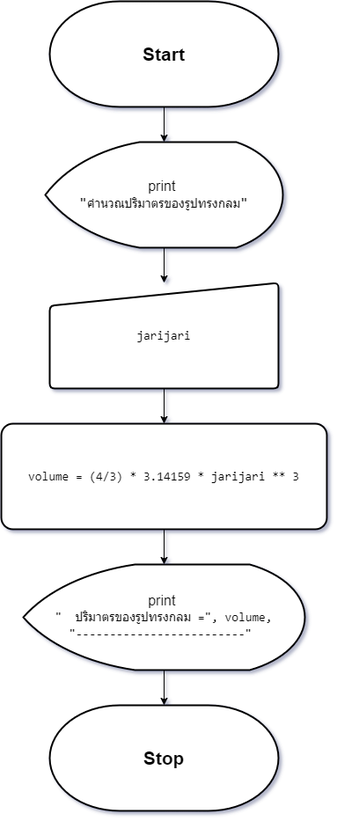
Before: asset/F_png_file/sp_8.drawio.png, a diagram exported from draw.io (TeaplusSsuwan/Geometric_computation). Source tidied: cells renumbered, new cells last; positions are measured from the earlier drawing's top-left corner, leaving out a move shared by most shapes.
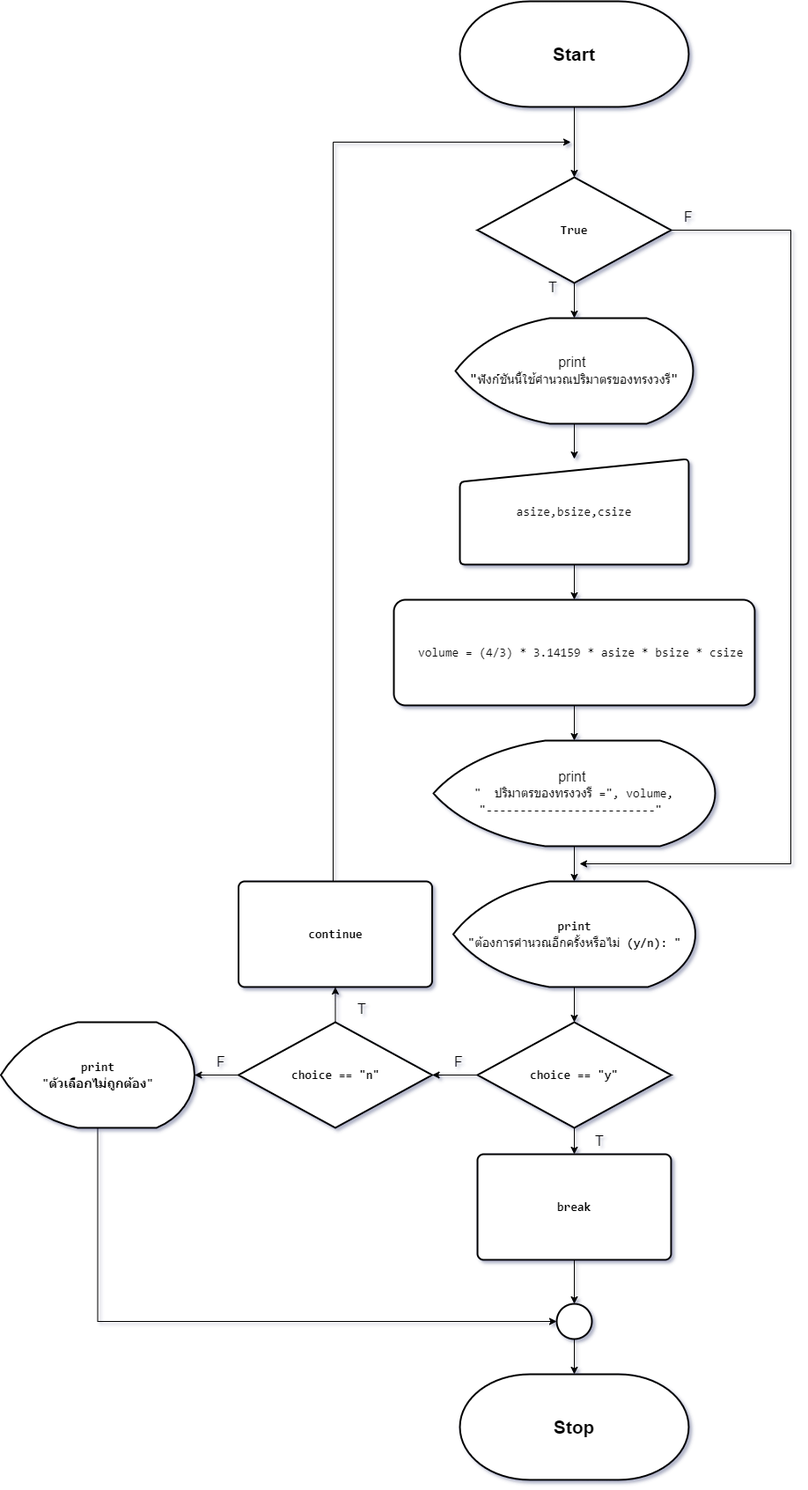
The same diagram one commit later.

The edit, as a diff of the source:
```diff
@@ -2,38 +2,128 @@
   <root>
     <mxCell id="0" />
     <mxCell id="1" parent="0" />
+    <mxCell id="13" style="edgeStyle=orthogonalEdgeStyle;rounded=0;jettySize=auto;html=1;" parent="1" edge="1" source="2" target="16">
+      <mxGeometry relative="1" as="geometry" />
+    </mxCell>
     <mxCell id="2" value="&lt;font style=&quot;font-size: 21px;&quot;&gt;&lt;b&gt;Start&lt;/b&gt;&lt;/font&gt;" style="strokeWidth=2;html=1;shape=mxgraph.flowchart.terminator;whiteSpace=wrap;" parent="1" vertex="1">
       <mxGeometry x="55" width="260" height="120" as="geometry" />
     </mxCell>
     <mxCell id="3" style="edgeStyle=orthogonalEdgeStyle;rounded=0;jettySize=auto;html=1;entryX=0.5;entryY=0;entryDx=0;entryDy=0;" parent="1" edge="1" source="4" target="7">
       <mxGeometry relative="1" as="geometry" />
     </mxCell>
-    <mxCell id="4" value="&lt;font style=&quot;font-size: 16px;&quot;&gt;print&amp;nbsp;&lt;/font&gt;&lt;div&gt;&lt;span style=&quot;font-family: Consolas, &amp;quot;Courier New&amp;quot;, monospace; white-space: pre;&quot;&gt;&lt;font style=&quot;font-size: 16px;&quot;&gt;&quot;&lt;/font&gt;&lt;/span&gt;&lt;span style=&quot;font-family: Consolas, &amp;quot;Courier New&amp;quot;, monospace; font-size: 14px; white-space: pre;&quot;&gt;คำนวณปริมาตรของรูปทรงกลม&lt;/span&gt;&lt;span style=&quot;font-family: Consolas, &amp;quot;Courier New&amp;quot;, monospace; font-size: 16px; white-space: pre;&quot;&gt;&quot;&lt;/span&gt;&lt;br&gt;&lt;/div&gt;" style="strokeWidth=2;html=1;shape=mxgraph.flowchart.display;whiteSpace=wrap;" parent="1" vertex="1">
-      <mxGeometry x="50" y="160" width="270" height="120" as="geometry" />
+    <mxCell id="4" value="&lt;font style=&quot;font-size: 16px;&quot;&gt;print&amp;nbsp;&lt;/font&gt;&lt;div&gt;&lt;span style=&quot;font-family: Consolas, &amp;quot;Courier New&amp;quot;, monospace; white-space: pre;&quot;&gt;&lt;font style=&quot;font-size: 16px;&quot;&gt;&quot;&lt;/font&gt;&lt;/span&gt;&lt;span style=&quot;font-family: Consolas, &amp;quot;Courier New&amp;quot;, monospace; font-size: 14px; white-space: pre;&quot;&gt;ฟังก์ชันนี้ใช้คำนวณปริมาตรของทรงวงรี&lt;/span&gt;&lt;span style=&quot;font-family: Consolas, &amp;quot;Courier New&amp;quot;, monospace; font-size: 16px; white-space: pre;&quot;&gt;&quot;&lt;/span&gt;&lt;br&gt;&lt;/div&gt;" style="strokeWidth=2;html=1;shape=mxgraph.flowchart.display;whiteSpace=wrap;" parent="1" vertex="1">
+      <mxGeometry x="50" y="360" width="270" height="120" as="geometry" />
     </mxCell>
-    <mxCell id="5" style="edgeStyle=orthogonalEdgeStyle;rounded=0;jettySize=auto;html=1;entryX=0.5;entryY=0;entryDx=0;entryDy=0;entryPerimeter=0;" parent="1" edge="1" source="2" target="4">
-      <mxGeometry relative="1" as="geometry" />
-    </mxCell>
     <mxCell id="6" style="edgeStyle=orthogonalEdgeStyle;rounded=0;jettySize=auto;html=1;" parent="1" edge="1" source="7" target="9">
       <mxGeometry relative="1" as="geometry" />
     </mxCell>
-    <mxCell id="7" value="&lt;div style=&quot;font-size: 16px;&quot;&gt;&lt;div style=&quot;font-family: Consolas, &amp;quot;Courier New&amp;quot;, monospace; font-size: 14px; line-height: 19px; white-space: pre;&quot;&gt;&lt;div style=&quot;line-height: 19px;&quot;&gt;&lt;div style=&quot;line-height: 19px;&quot;&gt;&lt;div style=&quot;line-height: 19px;&quot;&gt;&lt;div style=&quot;line-height: 19px;&quot;&gt;&lt;div style=&quot;line-height: 19px;&quot;&gt;&lt;div style=&quot;line-height: 19px;&quot;&gt;&lt;span style=&quot;background-color: rgb(255, 255, 255);&quot;&gt;jarijari&lt;/span&gt;&lt;/div&gt;&lt;/div&gt;&lt;/div&gt;&lt;/div&gt;&lt;/div&gt;&lt;/div&gt;&lt;/div&gt;&lt;/div&gt;" style="html=1;strokeWidth=2;shape=manualInput;whiteSpace=wrap;rounded=1;size=26;arcSize=11;" parent="1" vertex="1">
-      <mxGeometry x="55" y="320" width="260" height="120" as="geometry" />
+    <mxCell id="7" value="&lt;div style=&quot;font-size: 16px;&quot;&gt;&lt;div style=&quot;font-family: Consolas, &amp;quot;Courier New&amp;quot;, monospace; font-size: 14px; line-height: 19px; white-space: pre;&quot;&gt;&lt;div style=&quot;line-height: 19px;&quot;&gt;&lt;div style=&quot;line-height: 19px;&quot;&gt;&lt;div style=&quot;line-height: 19px;&quot;&gt;&lt;div style=&quot;line-height: 19px;&quot;&gt;&lt;div style=&quot;line-height: 19px;&quot;&gt;&lt;div style=&quot;line-height: 19px;&quot;&gt;&lt;div style=&quot;line-height: 19px;&quot;&gt;&lt;span style=&quot;background-color: rgb(255, 255, 255);&quot;&gt;asize,bsize,csize&lt;/span&gt;&lt;/div&gt;&lt;/div&gt;&lt;/div&gt;&lt;/div&gt;&lt;/div&gt;&lt;/div&gt;&lt;/div&gt;&lt;/div&gt;&lt;/div&gt;" style="html=1;strokeWidth=2;shape=manualInput;whiteSpace=wrap;rounded=1;size=26;arcSize=11;" parent="1" vertex="1">
+      <mxGeometry x="55" y="520" width="260" height="120" as="geometry" />
     </mxCell>
     <mxCell id="8" style="edgeStyle=orthogonalEdgeStyle;rounded=0;jettySize=auto;html=1;" parent="1" edge="1" source="9" target="11">
       <mxGeometry relative="1" as="geometry" />
     </mxCell>
-    <mxCell id="9" value="&lt;div style=&quot;font-family: Consolas, &amp;quot;Courier New&amp;quot;, monospace; font-size: 16px; line-height: 19px; white-space: pre;&quot;&gt;&lt;div style=&quot;font-size: 14px; line-height: 19px;&quot;&gt;&lt;div style=&quot;&quot;&gt;&lt;div style=&quot;line-height: 19px;&quot;&gt;&lt;div style=&quot;&quot;&gt;&lt;div style=&quot;line-height: 19px;&quot;&gt;&lt;div style=&quot;line-height: 19px;&quot;&gt;&lt;div style=&quot;&quot;&gt;&lt;div style=&quot;line-height: 19px;&quot;&gt;&lt;div style=&quot;line-height: 19px;&quot;&gt;&lt;div style=&quot;&quot;&gt;&lt;div style=&quot;line-height: 19px;&quot;&gt;&lt;span style=&quot;background-color: rgb(255, 255, 255);&quot;&gt;volume = (4/3) * 3.14159 * jarijari ** 3&lt;/span&gt;&lt;/div&gt;&lt;/div&gt;&lt;/div&gt;&lt;/div&gt;&lt;/div&gt;&lt;/div&gt;&lt;/div&gt;&lt;/div&gt;&lt;/div&gt;&lt;/div&gt;&lt;/div&gt;&lt;/div&gt;" style="rounded=1;whiteSpace=wrap;html=1;strokeWidth=2;arcSize=11;" parent="1" vertex="1">
-      <mxGeometry y="480" width="370" height="120" as="geometry" />
+    <mxCell id="9" value="&lt;div style=&quot;font-family: Consolas, &amp;quot;Courier New&amp;quot;, monospace; font-size: 16px; line-height: 19px; white-space: pre;&quot;&gt;&lt;div style=&quot;font-size: 14px; line-height: 19px;&quot;&gt;&lt;div style=&quot;&quot;&gt;&lt;div style=&quot;line-height: 19px;&quot;&gt;&lt;div style=&quot;&quot;&gt;&lt;div style=&quot;line-height: 19px;&quot;&gt;&lt;div style=&quot;line-height: 19px;&quot;&gt;&lt;div style=&quot;&quot;&gt;&lt;div style=&quot;line-height: 19px;&quot;&gt;&lt;div style=&quot;line-height: 19px;&quot;&gt;&lt;div style=&quot;&quot;&gt;&lt;div style=&quot;line-height: 19px;&quot;&gt;&lt;div style=&quot;line-height: 19px;&quot;&gt;&lt;div style=&quot;&quot;&gt;&amp;nbsp; volume = (4/3) * 3.14159 * asize * bsize * csize&lt;/div&gt;&lt;/div&gt;&lt;/div&gt;&lt;/div&gt;&lt;/div&gt;&lt;/div&gt;&lt;/div&gt;&lt;/div&gt;&lt;/div&gt;&lt;/div&gt;&lt;/div&gt;&lt;/div&gt;&lt;/div&gt;&lt;/div&gt;" style="rounded=1;whiteSpace=wrap;html=1;strokeWidth=2;arcSize=11;" parent="1" vertex="1">
+      <mxGeometry x="-20" y="680" width="410" height="120" as="geometry" />
     </mxCell>
-    <mxCell id="10" style="edgeStyle=orthogonalEdgeStyle;rounded=0;jettySize=auto;html=1;" parent="1" edge="1" source="11" target="12">
-      <mxGeometry relative="1" as="geometry" />
-    </mxCell>
+    <mxCell id="14" style="edgeStyle=orthogonalEdgeStyle;rounded=0;jettySize=auto;html=1;" parent="1" edge="1" source="11" target="20">
+      <mxGeometry relative="1" as="geometry" />
+    </mxCell>
-    <mxCell id="11" value="&lt;font style=&quot;font-size: 16px;&quot;&gt;print&amp;nbsp;&lt;/font&gt;&lt;div&gt;&lt;div style=&quot;font-family: Consolas, &amp;quot;Courier New&amp;quot;, monospace; font-size: 14px; line-height: 19px; white-space: pre;&quot;&gt;&quot; &amp;nbsp;ปริมาตรของรูปทรงกลม =&quot;, volume,&lt;br&gt;&lt;/div&gt;&lt;div style=&quot;font-family: Consolas, &amp;quot;Courier New&amp;quot;, monospace; font-size: 14px; line-height: 19px; white-space: pre;&quot;&gt;&quot;-------------------------&quot; &lt;/div&gt;&lt;/div&gt;" style="strokeWidth=2;html=1;shape=mxgraph.flowchart.display;whiteSpace=wrap;" parent="1" vertex="1">
-      <mxGeometry x="25" y="640" width="320" height="120" as="geometry" />
+    <mxCell id="11" value="&lt;font style=&quot;font-size: 16px;&quot;&gt;print&amp;nbsp;&lt;/font&gt;&lt;div&gt;&lt;div style=&quot;font-family: Consolas, &amp;quot;Courier New&amp;quot;, monospace; font-size: 14px; line-height: 19px; white-space: pre;&quot;&gt;&quot; &amp;nbsp;ปริมาตรของทรงวงรี =&quot;, volume,&lt;br&gt;&lt;/div&gt;&lt;div style=&quot;font-family: Consolas, &amp;quot;Courier New&amp;quot;, monospace; font-size: 14px; line-height: 19px; white-space: pre;&quot;&gt;&quot;-------------------------&quot; &lt;/div&gt;&lt;/div&gt;" style="strokeWidth=2;html=1;shape=mxgraph.flowchart.display;whiteSpace=wrap;" parent="1" vertex="1">
+      <mxGeometry x="25" y="840" width="320" height="120" as="geometry" />
     </mxCell>
+    <mxCell id="15" style="edgeStyle=orthogonalEdgeStyle;rounded=0;jettySize=auto;html=1;" parent="1" edge="1" source="16" target="4">
+      <mxGeometry relative="1" as="geometry" />
+    </mxCell>
+    <mxCell id="16" value="&lt;div style=&quot;font-family: Consolas, &amp;quot;Courier New&amp;quot;, monospace; font-size: 14px; line-height: 19px; white-space: pre;&quot;&gt;&lt;span style=&quot;font-size: 14px;&quot;&gt;True&lt;/span&gt;&lt;/div&gt;" style="rhombus;whiteSpace=wrap;html=1;strokeWidth=2;labelBackgroundColor=none;fontColor=default;fontSize=14;fontStyle=1;" parent="1" vertex="1">
+      <mxGeometry x="75" y="200" width="220" height="120" as="geometry" />
+    </mxCell>
+    <mxCell id="17" value="T" style="text;html=1;align=center;verticalAlign=middle;whiteSpace=wrap;rounded=0;fontSize=16;" parent="1" vertex="1">
+      <mxGeometry x="131" y="310" width="60" height="30" as="geometry" />
+    </mxCell>
+    <mxCell id="18" value="F" style="text;html=1;align=center;verticalAlign=middle;whiteSpace=wrap;rounded=0;fontSize=16;" parent="1" vertex="1">
+      <mxGeometry x="285" y="230" width="60" height="30" as="geometry" />
+    </mxCell>
     <mxCell id="12" value="&lt;font style=&quot;font-size: 21px;&quot;&gt;&lt;b&gt;Stop&lt;/b&gt;&lt;/font&gt;" style="strokeWidth=2;html=1;shape=mxgraph.flowchart.terminator;whiteSpace=wrap;" parent="1" vertex="1">
-      <mxGeometry x="55" y="800" width="260" height="120" as="geometry" />
+      <mxGeometry x="55" y="1560" width="260" height="120" as="geometry" />
     </mxCell>
+    <mxCell id="19" style="edgeStyle=orthogonalEdgeStyle;rounded=0;jettySize=auto;html=1;labelBackgroundColor=none;fontColor=default;fontSize=14;fontStyle=1;" parent="1" edge="1" source="20" target="23">
+      <mxGeometry relative="1" as="geometry" />
+    </mxCell>
+    <mxCell id="20" value="&lt;div style=&quot;font-family: Consolas, &amp;quot;Courier New&amp;quot;, monospace; font-size: 14px; line-height: 19px; white-space: pre;&quot;&gt;&lt;div style=&quot;line-height: 19px; font-size: 14px;&quot;&gt;&lt;span style=&quot;font-size: 14px;&quot;&gt;print&lt;/span&gt;&lt;/div&gt;&lt;/div&gt;&lt;div style=&quot;font-family: Consolas, &amp;quot;Courier New&amp;quot;, monospace; font-size: 14px; line-height: 19px; white-space: pre;&quot;&gt;&lt;div style=&quot;line-height: 19px; font-size: 14px;&quot;&gt;&lt;span style=&quot;font-size: 14px;&quot;&gt;&quot;&lt;/span&gt;&lt;span style=&quot;font-weight: normal;&quot;&gt;ต้องการคำนวณอีกครั้งหรือไม่&lt;/span&gt;&lt;span style=&quot;background-color: initial;&quot;&gt; (y/n): &quot;&lt;/span&gt;&lt;br&gt;&lt;/div&gt;&lt;/div&gt;" style="strokeWidth=2;html=1;shape=mxgraph.flowchart.display;whiteSpace=wrap;labelBackgroundColor=none;fontColor=default;fontSize=14;fontStyle=1;" parent="1" vertex="1">
+      <mxGeometry x="47.5" y="1000" width="275" height="120" as="geometry" />
+    </mxCell>
+    <mxCell id="21" style="edgeStyle=orthogonalEdgeStyle;rounded=0;jettySize=auto;html=1;labelBackgroundColor=none;fontColor=default;fontSize=14;fontStyle=1;" parent="1" edge="1" source="23" target="26">
+      <mxGeometry relative="1" as="geometry" />
+    </mxCell>
+    <mxCell id="22" style="edgeStyle=orthogonalEdgeStyle;rounded=0;jettySize=auto;html=1;labelBackgroundColor=none;fontColor=default;fontSize=14;fontStyle=1;" parent="1" edge="1" source="23" target="30">
+      <mxGeometry relative="1" as="geometry" />
+    </mxCell>
+    <mxCell id="23" value="&lt;div style=&quot;font-family: Consolas, &amp;quot;Courier New&amp;quot;, monospace; font-size: 14px; line-height: 19px; white-space: pre;&quot;&gt;&lt;span style=&quot;font-size: 14px;&quot;&gt;choice &lt;/span&gt;== &lt;span style=&quot;font-size: 14px;&quot;&gt;&quot;y&quot;&lt;/span&gt;&lt;/div&gt;" style="rhombus;whiteSpace=wrap;html=1;strokeWidth=2;labelBackgroundColor=none;fontColor=default;fontSize=14;fontStyle=1;" parent="1" vertex="1">
+      <mxGeometry x="75" y="1160" width="220" height="120" as="geometry" />
+    </mxCell>
+    <mxCell id="24" style="edgeStyle=orthogonalEdgeStyle;rounded=0;jettySize=auto;html=1;labelBackgroundColor=none;fontColor=default;fontSize=14;fontStyle=1;" parent="1" edge="1" source="26" target="28">
+      <mxGeometry relative="1" as="geometry" />
+    </mxCell>
+    <mxCell id="25" style="edgeStyle=orthogonalEdgeStyle;rounded=0;jettySize=auto;html=1;labelBackgroundColor=none;fontColor=default;fontSize=14;fontStyle=1;" parent="1" edge="1" source="26" target="32">
+      <mxGeometry relative="1" as="geometry" />
+    </mxCell>
+    <mxCell id="26" value="&lt;div style=&quot;font-family: Consolas, &amp;quot;Courier New&amp;quot;, monospace; font-size: 14px; line-height: 19px; white-space: pre;&quot;&gt;&lt;span style=&quot;font-size: 14px;&quot;&gt;choice &lt;/span&gt;== &lt;span style=&quot;font-size: 14px;&quot;&gt;&quot;&lt;/span&gt;&lt;span style=&quot;font-size: 14px;&quot;&gt;n&lt;/span&gt;&lt;span style=&quot;font-size: 14px;&quot;&gt;&quot;&lt;/span&gt;&lt;br style=&quot;font-size: 14px;&quot;&gt;&lt;/div&gt;" style="rhombus;whiteSpace=wrap;html=1;strokeWidth=2;labelBackgroundColor=none;fontColor=default;fontSize=14;fontStyle=1;" parent="1" vertex="1">
+      <mxGeometry x="-196.5" y="1160" width="220" height="120" as="geometry" />
+    </mxCell>
+    <mxCell id="27" style="edgeStyle=orthogonalEdgeStyle;rounded=0;jettySize=auto;html=1;entryX=0;entryY=0.5;entryDx=0;entryDy=0;" parent="1" edge="1" source="28" target="38">
+      <mxGeometry relative="1" as="geometry">
+        <Array as="points">
+          <mxPoint x="-356.5" y="1500" />
+        </Array>
+      </mxGeometry>
+    </mxCell>
+    <mxCell id="28" value="&lt;div style=&quot;font-family: Consolas, &amp;quot;Courier New&amp;quot;, monospace; font-size: 14px; line-height: 19px; white-space: pre;&quot;&gt;&lt;div style=&quot;line-height: 19px; font-size: 14px;&quot;&gt;&lt;span style=&quot;font-size: 14px;&quot;&gt;print&lt;/span&gt;&lt;/div&gt;&lt;/div&gt;&lt;div style=&quot;font-family: Consolas, &amp;quot;Courier New&amp;quot;, monospace; font-size: 14px; line-height: 19px; white-space: pre;&quot;&gt;&lt;span style=&quot;font-size: 14px;&quot;&gt;&quot;&lt;/span&gt;&lt;span style=&quot;font-size: 14px;&quot;&gt;ตัวเลือกไม่ถูกต้อง&lt;/span&gt;&lt;span style=&quot;font-size: 14px;&quot;&gt;&quot;&lt;/span&gt;&lt;br style=&quot;font-size: 14px;&quot;&gt;&lt;/div&gt;" style="strokeWidth=2;html=1;shape=mxgraph.flowchart.display;whiteSpace=wrap;labelBackgroundColor=none;fontColor=default;fontSize=14;fontStyle=1;" parent="1" vertex="1">
+      <mxGeometry x="-466.5" y="1160" width="220" height="120" as="geometry" />
+    </mxCell>
+    <mxCell id="29" style="edgeStyle=orthogonalEdgeStyle;rounded=0;jettySize=auto;html=1;" parent="1" edge="1" source="30" target="38">
+      <mxGeometry relative="1" as="geometry" />
+    </mxCell>
+    <mxCell id="30" value="&lt;div style=&quot;font-family: Consolas, &amp;quot;Courier New&amp;quot;, monospace; font-size: 14px; line-height: 19px; white-space: pre;&quot;&gt;&lt;span style=&quot;font-size: 14px;&quot;&gt;break&lt;/span&gt;&lt;/div&gt;" style="rounded=1;whiteSpace=wrap;html=1;absoluteArcSize=1;arcSize=14;strokeWidth=2;labelBackgroundColor=none;fontColor=default;fontSize=14;fontStyle=1;" parent="1" vertex="1">
+      <mxGeometry x="75" y="1310" width="220" height="120" as="geometry" />
+    </mxCell>
+    <mxCell id="31" style="edgeStyle=orthogonalEdgeStyle;rounded=0;jettySize=auto;html=1;" parent="1" edge="1" source="32">
+      <mxGeometry relative="1" as="geometry">
+        <mxPoint x="181" y="160" as="targetPoint" />
+        <Array as="points">
+          <mxPoint x="-89" y="160" />
+        </Array>
+      </mxGeometry>
+    </mxCell>
+    <mxCell id="32" value="&lt;div style=&quot;font-family: Consolas, &amp;quot;Courier New&amp;quot;, monospace; font-size: 14px; line-height: 19px; white-space: pre;&quot;&gt;&lt;div style=&quot;line-height: 19px; font-size: 14px;&quot;&gt;&lt;span style=&quot;font-size: 14px;&quot;&gt;continue&lt;/span&gt;&lt;/div&gt;&lt;/div&gt;" style="rounded=1;whiteSpace=wrap;html=1;absoluteArcSize=1;arcSize=14;strokeWidth=2;labelBackgroundColor=none;fontColor=default;fontSize=14;fontStyle=1;" parent="1" vertex="1">
+      <mxGeometry x="-196.5" y="1000" width="220" height="120" as="geometry" />
+    </mxCell>
+    <mxCell id="33" value="T" style="text;html=1;align=center;verticalAlign=middle;whiteSpace=wrap;rounded=0;fontSize=16;" parent="1" vertex="1">
+      <mxGeometry x="183.5" y="1280" width="60" height="30" as="geometry" />
+    </mxCell>
+    <mxCell id="34" value="T" style="text;html=1;align=center;verticalAlign=middle;whiteSpace=wrap;rounded=0;fontSize=16;" parent="1" vertex="1">
+      <mxGeometry x="-86.5" y="1130" width="60" height="30" as="geometry" />
+    </mxCell>
+    <mxCell id="35" value="F" style="text;html=1;align=center;verticalAlign=middle;whiteSpace=wrap;rounded=0;fontSize=16;" parent="1" vertex="1">
+      <mxGeometry x="23.5" y="1190" width="60" height="30" as="geometry" />
+    </mxCell>
+    <mxCell id="36" value="F" style="text;html=1;align=center;verticalAlign=middle;whiteSpace=wrap;rounded=0;fontSize=16;" parent="1" vertex="1">
+      <mxGeometry x="-246.5" y="1190" width="60" height="30" as="geometry" />
+    </mxCell>
+    <mxCell id="37" style="edgeStyle=orthogonalEdgeStyle;rounded=0;jettySize=auto;html=1;" parent="1" edge="1" source="38" target="12">
+      <mxGeometry relative="1" as="geometry" />
+    </mxCell>
+    <mxCell id="38" style="ellipse;whiteSpace=wrap;html=1;strokeWidth=2;labelBackgroundColor=none;fontColor=default;fontSize=14;fontStyle=1;" parent="1" vertex="1">
+      <mxGeometry x="165" y="1480" width="40" height="40" as="geometry" />
+    </mxCell>
+    <mxCell id="39" style="edgeStyle=orthogonalEdgeStyle;rounded=0;jettySize=auto;html=1;" parent="1" edge="1" source="16">
+      <mxGeometry relative="1" as="geometry">
+        <mxPoint x="191" y="980" as="targetPoint" />
+        <Array as="points">
+          <mxPoint x="431" y="260" />
+          <mxPoint x="431" y="980" />
+        </Array>
+      </mxGeometry>
+    </mxCell>
   </root>
 </mxGraphModel>
```
